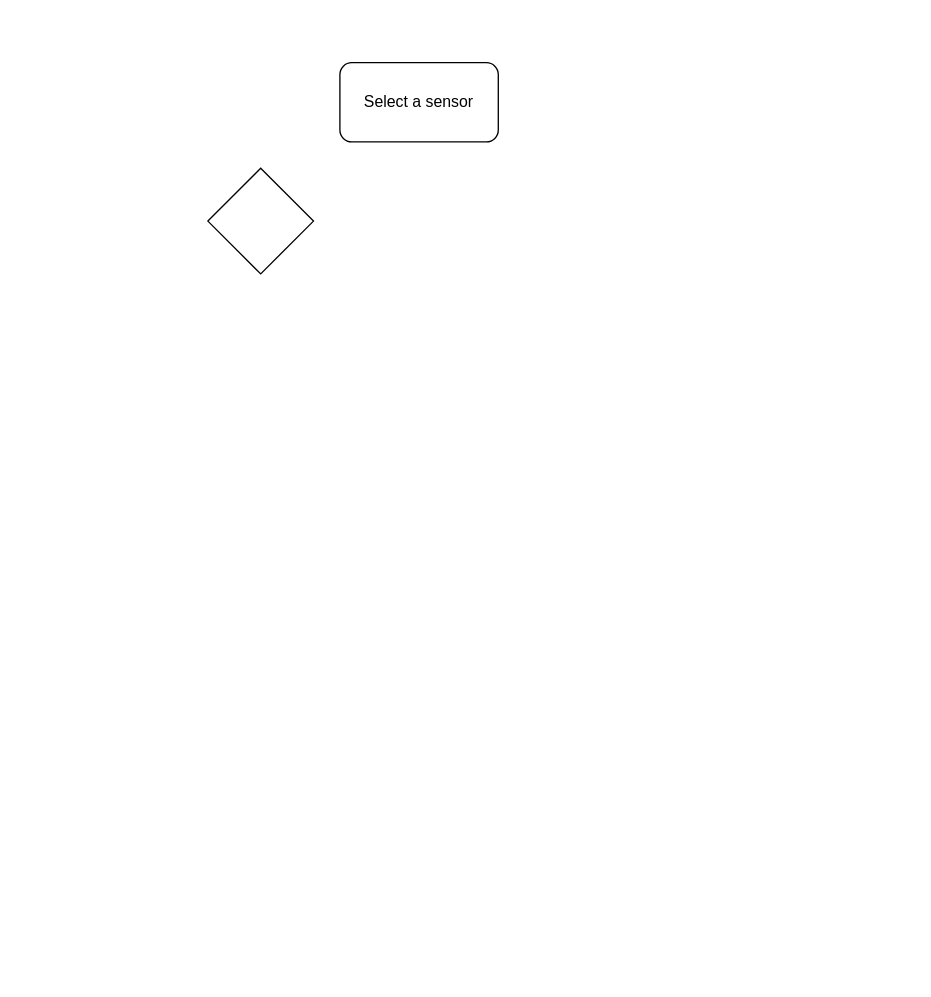
This is page "sensorHardwareConnection" (2 of 8) of RRIVflowcharts.drawio from rrivirr/rriv-diagrams, a draw.io file, before an edit. Source tidied: cells renumbered, new cells numbered last; positions are measured from the earlier drawing's top-left corner, leaving out a move shared by most shapes. Both pictures are drawn from the tidied source at 132%, with x=0, y=0 at pixel (207, 62).
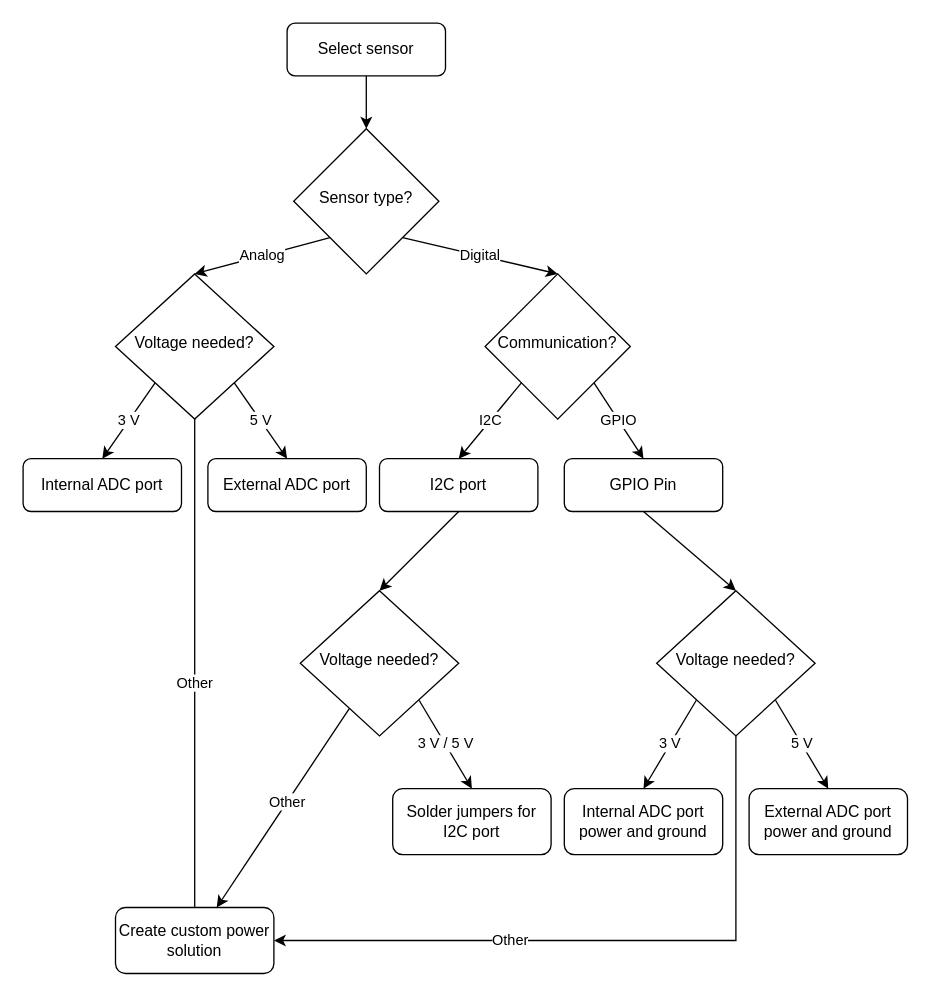
Above is the later version.

The edit, as a diff of the source:
```diff
@@
-    <mxCell id="2" value="Select a sensor" style="rounded=1;whiteSpace=wrap;html=1;" parent="1" vertex="1">
-      <mxGeometry x="100" width="120" height="60" as="geometry" />
-    </mxCell>
-    <mxCell id="3" style="rhombus;whiteSpace=wrap;html=1;" parent="1" vertex="1">
-      <mxGeometry y="80" width="80" height="80" as="geometry" />
-    </mxCell>
+    <mxCell id="4" value="Analog" style="rounded=0;jettySize=auto;html=1;exitX=0;exitY=1;exitDx=0;exitDy=0;entryX=0.5;entryY=0;entryDx=0;entryDy=0;" parent="1" edge="1" source="32" target="12">
+      <mxGeometry relative="1" as="geometry" />
+    </mxCell>
+    <mxCell id="5" value="Digital" style="rounded=0;jettySize=auto;html=1;exitX=1;exitY=1;exitDx=0;exitDy=0;entryX=0.5;entryY=0;entryDx=0;entryDy=0;" parent="1" edge="1" source="32" target="8">
+      <mxGeometry relative="1" as="geometry" />
+    </mxCell>
+    <mxCell id="6" value="I2C" style="rounded=0;jettySize=auto;html=1;entryX=0.5;entryY=0;entryDx=0;entryDy=0;exitX=0;exitY=1;exitDx=0;exitDy=0;" parent="1" edge="1" source="8" target="16">
+      <mxGeometry relative="1" as="geometry" />
+    </mxCell>
+    <mxCell id="7" value="GPIO" style="rounded=0;jettySize=auto;html=1;exitX=1;exitY=1;exitDx=0;exitDy=0;entryX=0.5;entryY=0;entryDx=0;entryDy=0;" parent="1" edge="1" source="8" target="18">
+      <mxGeometry relative="1" as="geometry" />
+    </mxCell>
+    <mxCell id="8" value="Communication?" style="rhombus;whiteSpace=wrap;html=1;shadow=0;fontFamily=Helvetica;fontSize=12;align=center;strokeWidth=1;spacing=6;spacingTop=-4;" parent="1" vertex="1">
+      <mxGeometry x="210" y="160" width="110" height="110" as="geometry" />
+    </mxCell>
+    <mxCell id="9" value="3 V" style="rounded=0;jettySize=auto;html=1;exitX=0;exitY=1;exitDx=0;exitDy=0;entryX=0.5;entryY=0;entryDx=0;entryDy=0;" parent="1" edge="1" source="12" target="13">
+      <mxGeometry relative="1" as="geometry" />
+    </mxCell>
+    <mxCell id="10" value="5 V" style="rounded=0;jettySize=auto;html=1;exitX=1;exitY=1;exitDx=0;exitDy=0;entryX=0.5;entryY=0;entryDx=0;entryDy=0;" parent="1" edge="1" source="12" target="14">
+      <mxGeometry relative="1" as="geometry" />
+    </mxCell>
+    <mxCell id="11" value="Other" style="edgeStyle=orthogonalEdgeStyle;rounded=0;jettySize=auto;html=1;entryX=0;entryY=0.5;entryDx=0;entryDy=0;" parent="1" edge="1" source="12" target="29">
+      <mxGeometry x="-0.12" relative="1" as="geometry">
+        <Array as="points">
+          <mxPoint x="-10" y="665" />
+        </Array>
+      </mxGeometry>
+    </mxCell>
+    <mxCell id="12" value="Voltage needed?" style="rhombus;whiteSpace=wrap;html=1;shadow=0;fontFamily=Helvetica;fontSize=12;align=center;strokeWidth=1;spacing=6;spacingTop=-4;" parent="1" vertex="1">
+      <mxGeometry x="-70" y="160" width="120" height="110" as="geometry" />
+    </mxCell>
+    <mxCell id="13" value="&lt;div&gt;Internal ADC port&lt;/div&gt;" style="rounded=1;whiteSpace=wrap;html=1;fontSize=12;glass=0;strokeWidth=1;shadow=0;" parent="1" vertex="1">
+      <mxGeometry x="-140" y="300" width="120" height="40" as="geometry" />
+    </mxCell>
+    <mxCell id="14" value="&lt;div&gt;External ADC port&lt;/div&gt;" style="rounded=1;whiteSpace=wrap;html=1;fontSize=12;glass=0;strokeWidth=1;shadow=0;" parent="1" vertex="1">
+      <mxGeometry y="300" width="120" height="40" as="geometry" />
+    </mxCell>
+    <mxCell id="15" style="rounded=0;jettySize=auto;html=1;entryX=0.5;entryY=0;entryDx=0;entryDy=0;exitX=0.5;exitY=1;exitDx=0;exitDy=0;" parent="1" edge="1" source="16" target="26">
+      <mxGeometry relative="1" as="geometry" />
+    </mxCell>
+    <mxCell id="16" value="I2C port" style="rounded=1;whiteSpace=wrap;html=1;fontSize=12;glass=0;strokeWidth=1;shadow=0;" parent="1" vertex="1">
+      <mxGeometry x="130" y="300" width="120" height="40" as="geometry" />
+    </mxCell>
+    <mxCell id="17" style="rounded=0;jettySize=auto;html=1;entryX=0.5;entryY=0;entryDx=0;entryDy=0;exitX=0.5;exitY=1;exitDx=0;exitDy=0;" parent="1" edge="1" source="18" target="20">
+      <mxGeometry relative="1" as="geometry" />
+    </mxCell>
+    <mxCell id="18" value="GPIO Pin" style="rounded=1;whiteSpace=wrap;html=1;fontSize=12;glass=0;strokeWidth=1;shadow=0;" parent="1" vertex="1">
+      <mxGeometry x="270" y="300" width="120" height="40" as="geometry" />
+    </mxCell>
+    <mxCell id="19" value="Other" style="edgeStyle=orthogonalEdgeStyle;rounded=0;jettySize=auto;html=1;entryX=1;entryY=0.5;entryDx=0;entryDy=0;" parent="1" edge="1" source="20" target="29">
+      <mxGeometry x="0.29" relative="1" as="geometry">
+        <Array as="points">
+          <mxPoint x="400" y="665" />
+        </Array>
+      </mxGeometry>
+    </mxCell>
+    <mxCell id="20" value="Voltage needed?" style="rhombus;whiteSpace=wrap;html=1;shadow=0;fontFamily=Helvetica;fontSize=12;align=center;strokeWidth=1;spacing=6;spacingTop=-4;" parent="1" vertex="1">
+      <mxGeometry x="340" y="400" width="120" height="110" as="geometry" />
+    </mxCell>
+    <mxCell id="21" value="3 V" style="rounded=0;jettySize=auto;html=1;exitX=0;exitY=1;exitDx=0;exitDy=0;entryX=0.5;entryY=0;entryDx=0;entryDy=0;" parent="1" edge="1" target="23">
+      <mxGeometry relative="1" as="geometry">
+        <mxPoint x="370" y="483" as="sourcePoint" />
+      </mxGeometry>
+    </mxCell>
+    <mxCell id="22" value="5 V" style="rounded=0;jettySize=auto;html=1;exitX=1;exitY=1;exitDx=0;exitDy=0;entryX=0.5;entryY=0;entryDx=0;entryDy=0;" parent="1" edge="1" target="24">
+      <mxGeometry relative="1" as="geometry">
+        <mxPoint x="430" y="483" as="sourcePoint" />
+      </mxGeometry>
+    </mxCell>
+    <mxCell id="23" value="&lt;div&gt;Internal ADC port power and ground&lt;/div&gt;" style="rounded=1;whiteSpace=wrap;html=1;fontSize=12;glass=0;strokeWidth=1;shadow=0;" parent="1" vertex="1">
+      <mxGeometry x="270" y="550" width="120" height="50" as="geometry" />
+    </mxCell>
+    <mxCell id="24" value="&lt;div&gt;External ADC port power and ground&lt;/div&gt;" style="rounded=1;whiteSpace=wrap;html=1;fontSize=12;glass=0;strokeWidth=1;shadow=0;" parent="1" vertex="1">
+      <mxGeometry x="410" y="550" width="120" height="50" as="geometry" />
+    </mxCell>
+    <mxCell id="25" value="Other" style="rounded=0;jettySize=auto;html=1;" parent="1" edge="1" source="26" target="29">
+      <mxGeometry x="-0.06" relative="1" as="geometry" />
+    </mxCell>
+    <mxCell id="26" value="Voltage needed?" style="rhombus;whiteSpace=wrap;html=1;shadow=0;fontFamily=Helvetica;fontSize=12;align=center;strokeWidth=1;spacing=6;spacingTop=-4;" parent="1" vertex="1">
+      <mxGeometry x="70" y="400" width="120" height="110" as="geometry" />
+    </mxCell>
+    <mxCell id="27" value="3 V / 5 V" style="rounded=0;jettySize=auto;html=1;exitX=1;exitY=1;exitDx=0;exitDy=0;entryX=0.5;entryY=0;entryDx=0;entryDy=0;" parent="1" edge="1" target="28">
+      <mxGeometry relative="1" as="geometry">
+        <mxPoint x="160" y="483" as="sourcePoint" />
+      </mxGeometry>
+    </mxCell>
+    <mxCell id="28" value="&lt;div&gt;Solder jumpers for I2C port&lt;/div&gt;" style="rounded=1;whiteSpace=wrap;html=1;fontSize=12;glass=0;strokeWidth=1;shadow=0;" parent="1" vertex="1">
+      <mxGeometry x="140" y="550" width="120" height="50" as="geometry" />
+    </mxCell>
+    <mxCell id="29" value="&lt;div&gt;Create custom power solution&lt;/div&gt;" style="rounded=1;whiteSpace=wrap;html=1;fontSize=12;glass=0;strokeWidth=1;shadow=0;" parent="1" vertex="1">
+      <mxGeometry x="-70" y="640" width="120" height="50" as="geometry" />
+    </mxCell>
+    <mxCell id="30" style="edgeStyle=orthogonalEdgeStyle;rounded=0;jettySize=auto;html=1;" parent="1" edge="1" source="31" target="32">
+      <mxGeometry relative="1" as="geometry" />
+    </mxCell>
+    <mxCell id="31" value="&lt;div&gt;Select sensor&lt;/div&gt;" style="rounded=1;whiteSpace=wrap;html=1;fontSize=12;glass=0;strokeWidth=1;shadow=0;" parent="1" vertex="1">
+      <mxGeometry x="60" y="-30" width="120" height="40" as="geometry" />
+    </mxCell>
+    <mxCell id="32" value="Sensor type?" style="rhombus;whiteSpace=wrap;html=1;shadow=0;fontFamily=Helvetica;fontSize=12;align=center;strokeWidth=1;spacing=6;spacingTop=-4;" parent="1" vertex="1">
+      <mxGeometry x="65" y="50" width="110" height="110" as="geometry" />
+    </mxCell>
```
